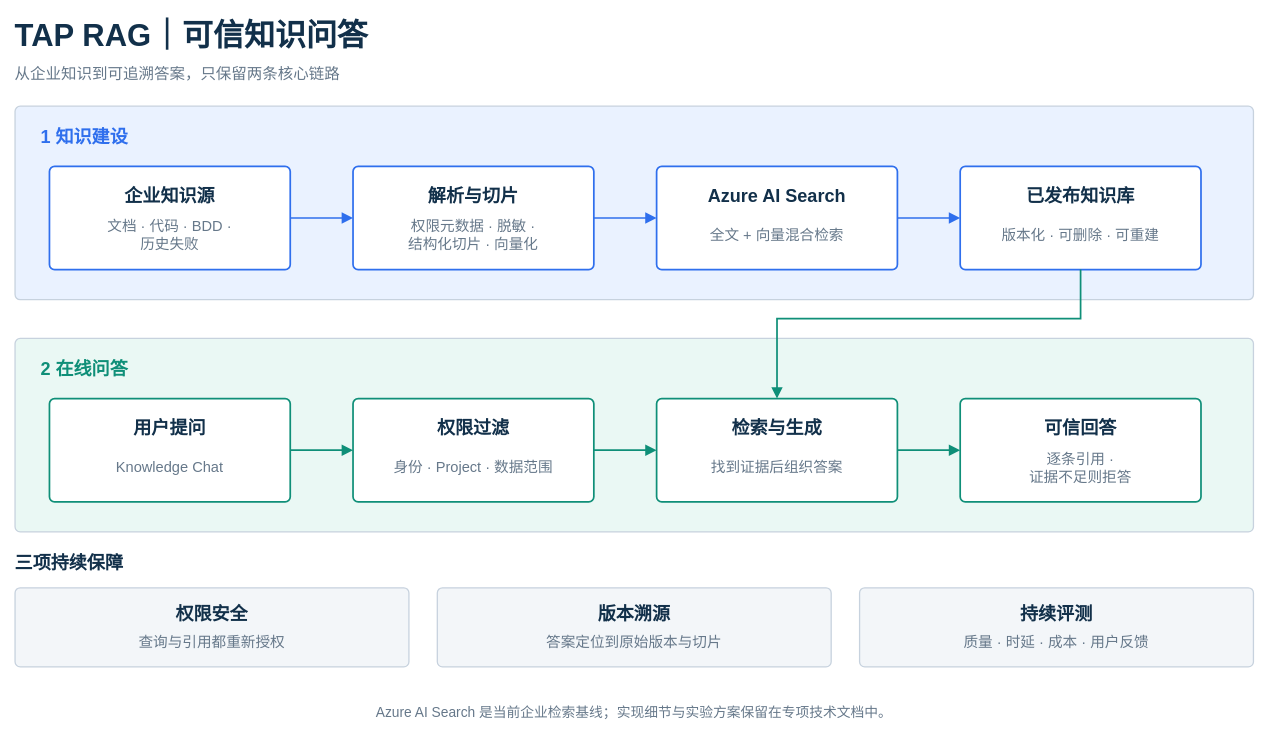
The draw.io diagram docs/architecture/rag/2026-08-27-rag-knowledge-business-flow.drawio in patrickstarpty/tap, before the edit. Source tidied: cells renumbered, new cells numbered last; positions are measured from the earlier drawing's top-left corner, leaving out a move shared by most shapes. Both pictures are drawn from the tidied source at 86%, with x=0, y=0 at pixel (15, 15).
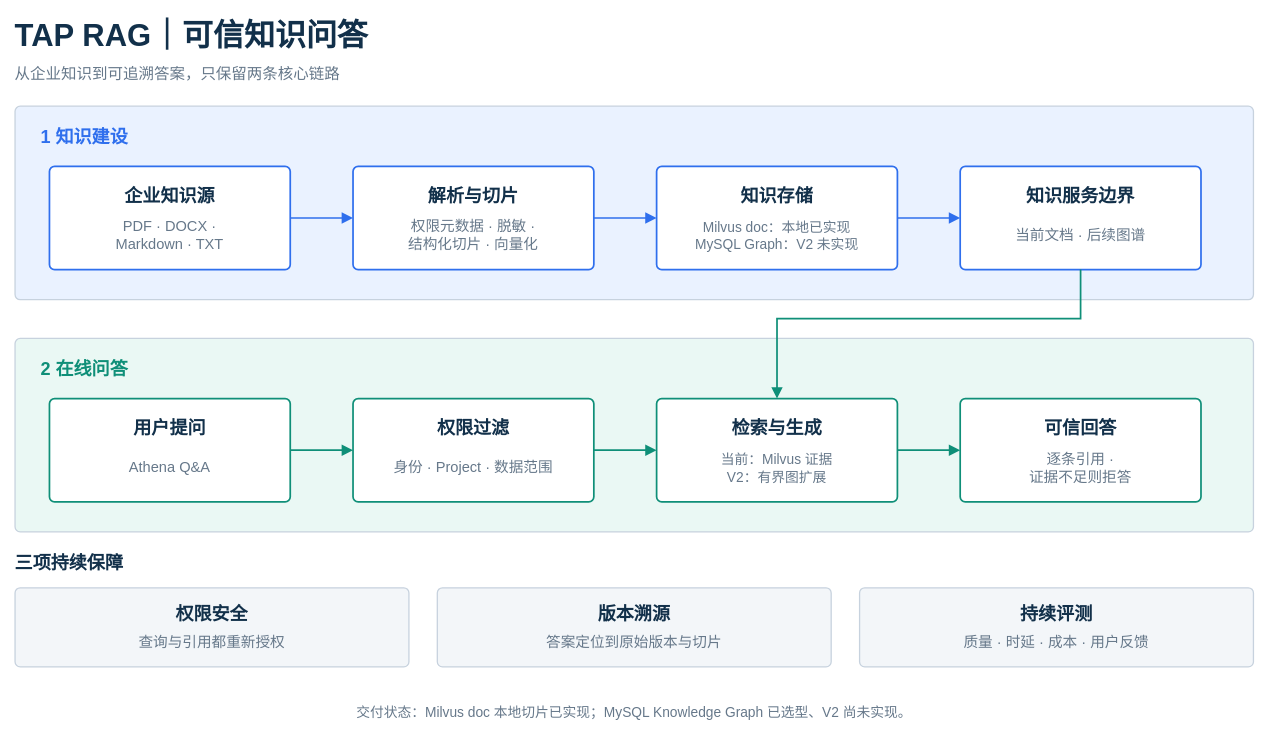
The same page after the edit.

The edit, as a diff of the source:
```diff
@@
-    <mxCell id="8" value="文档 · 代码 · BDD ·&#10;历史失败" style="text;html=0;strokeColor=none;fillColor=none;align=center;verticalAlign=middle;whiteSpace=wrap;fontColor=#66788A;fontSize=17;fontFamily=Arial;spacing=0;" parent="1" vertex="1">
+    <mxCell id="8" value="PDF · DOCX ·&#10;Markdown · TXT" style="text;html=0;strokeColor=none;fillColor=none;align=center;verticalAlign=middle;whiteSpace=wrap;fontColor=#66788A;fontSize=17;fontFamily=Arial;spacing=0;" parent="1" vertex="1">
       <mxGeometry x="62" y="236" width="236" height="42" as="geometry" />
     </mxCell>
@@
-    <mxCell id="13" value="Azure AI Search" style="text;html=0;strokeColor=none;fillColor=none;align=center;verticalAlign=middle;whiteSpace=wrap;fontColor=#12304A;fontSize=21;fontStyle=1;fontFamily=Arial;spacing=0;" parent="1" vertex="1">
-      <mxGeometry x="768" y="195" width="236" height="30" as="geometry" />
-    </mxCell>
-    <mxCell id="14" value="全文 + 向量混合检索" style="text;html=0;strokeColor=none;fillColor=none;align=center;verticalAlign=middle;whiteSpace=wrap;fontColor=#66788A;fontSize=17;fontFamily=Arial;spacing=0;" parent="1" vertex="1">
-      <mxGeometry x="768" y="240" width="236" height="34" as="geometry" />
-    </mxCell>
+    <mxCell id="50" value="知识存储" style="text;html=0;strokeColor=none;fillColor=none;align=center;verticalAlign=middle;whiteSpace=wrap;fontColor=#12304A;fontSize=21;fontStyle=1;fontFamily=Arial;spacing=0;" parent="1" vertex="1">
+      <mxGeometry x="768" y="195" width="236" height="30" as="geometry" />
+    </mxCell>
+    <mxCell id="51" value="Milvus doc：本地已实现&#10;MySQL Graph：V2 未实现" style="text;html=0;strokeColor=none;fillColor=none;align=center;verticalAlign=middle;whiteSpace=wrap;fontColor=#66788A;fontSize=16;fontFamily=Arial;spacing=0;" parent="1" vertex="1">
+      <mxGeometry x="758" y="234" width="256" height="46" as="geometry" />
+    </mxCell>
@@
-    <mxCell id="16" value="已发布知识库" style="text;html=0;strokeColor=none;fillColor=none;align=center;verticalAlign=middle;whiteSpace=wrap;fontColor=#12304A;fontSize=21;fontStyle=1;fontFamily=Arial;spacing=0;" parent="1" vertex="1">
+    <mxCell id="16" value="知识服务边界" style="text;html=0;strokeColor=none;fillColor=none;align=center;verticalAlign=middle;whiteSpace=wrap;fontColor=#12304A;fontSize=21;fontStyle=1;fontFamily=Arial;spacing=0;" parent="1" vertex="1">
       <mxGeometry x="1121" y="195" width="236" height="30" as="geometry" />
     </mxCell>
-    <mxCell id="17" value="版本化 · 可删除 · 可重建" style="text;html=0;strokeColor=none;fillColor=none;align=center;verticalAlign=middle;whiteSpace=wrap;fontColor=#66788A;fontSize=17;fontFamily=Arial;spacing=0;" parent="1" vertex="1">
+    <mxCell id="17" value="当前文档 · 后续图谱" style="text;html=0;strokeColor=none;fillColor=none;align=center;verticalAlign=middle;whiteSpace=wrap;fontColor=#66788A;fontSize=17;fontFamily=Arial;spacing=0;" parent="1" vertex="1">
       <mxGeometry x="1121" y="240" width="236" height="34" as="geometry" />
     </mxCell>
@@
-    <mxCell id="25" value="Knowledge Chat" style="text;html=0;strokeColor=none;fillColor=none;align=center;verticalAlign=middle;whiteSpace=wrap;fontColor=#66788A;fontSize=17;fontFamily=Arial;spacing=0;" parent="1" vertex="1">
+    <mxCell id="25" value="Athena Q&amp;A" style="text;html=0;strokeColor=none;fillColor=none;align=center;verticalAlign=middle;whiteSpace=wrap;fontColor=#66788A;fontSize=17;fontFamily=Arial;spacing=0;" parent="1" vertex="1">
       <mxGeometry x="62" y="510" width="236" height="34" as="geometry" />
     </mxCell>
@@
-    <mxCell id="31" value="找到证据后组织答案" style="text;html=0;strokeColor=none;fillColor=none;align=center;verticalAlign=middle;whiteSpace=wrap;fontColor=#66788A;fontSize=17;fontFamily=Arial;spacing=0;" parent="1" vertex="1">
-      <mxGeometry x="768" y="510" width="236" height="34" as="geometry" />
+    <mxCell id="31" value="当前：Milvus 证据&#10;V2：有界图扩展" style="text;html=0;strokeColor=none;fillColor=none;align=center;verticalAlign=middle;whiteSpace=wrap;fontColor=#66788A;fontSize=16;fontFamily=Arial;spacing=0;" parent="1" vertex="1">
+      <mxGeometry x="768" y="504" width="236" height="46" as="geometry" />
     </mxCell>
@@
-    <mxCell id="49" value="Azure AI Search 是当前企业检索基线；实现细节与实验方案保留在专项技术文档中。" style="text;html=0;strokeColor=none;fillColor=none;align=center;verticalAlign=middle;whiteSpace=wrap;fontColor=#66788A;fontSize=16;fontFamily=Arial;spacing=0;" parent="1" vertex="1">
+    <mxCell id="49" value="交付状态：Milvus doc 本地切片已实现；MySQL Knowledge Graph 已选型、V2 尚未实现。" style="text;html=0;strokeColor=none;fillColor=none;align=center;verticalAlign=middle;whiteSpace=wrap;fontColor=#66788A;fontSize=16;fontFamily=Arial;spacing=0;" parent="1" vertex="1">
       <mxGeometry y="798" width="1440" height="26" as="geometry" />
     </mxCell>
```
